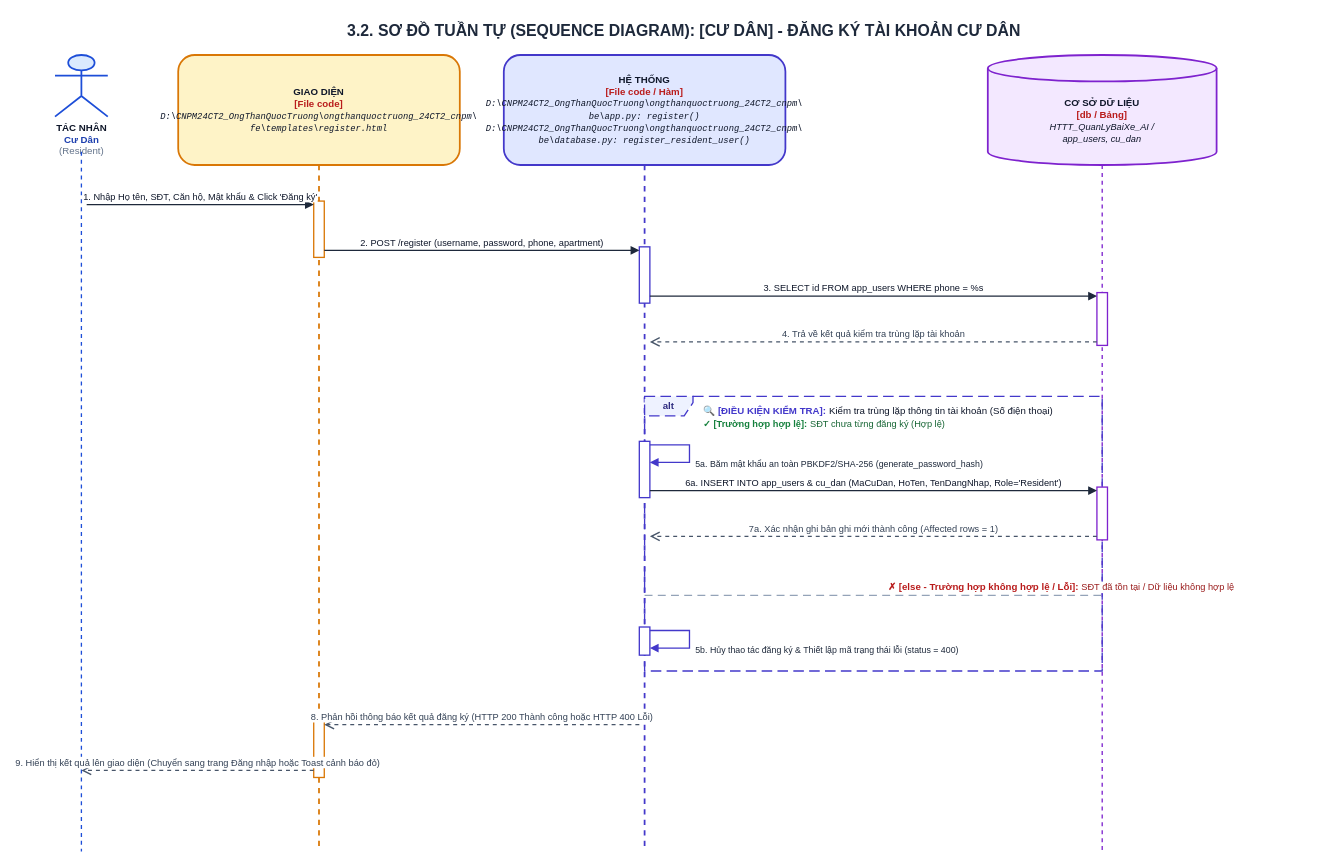
Before: ongthanquoctruong_24CT2_cnpm/docs/Tuần Tự/chức năng đăng ký người dùng.drawio in Truong027/CNPM24, a draw.io diagram. Source tidied: cells renumbered, new cells numbered last; positions are measured from the earlier drawing's top-left corner, leaving out a move shared by most shapes. Both pictures are drawn from the tidied source at 88%, with x=0, y=0 at pixel (46, 15).
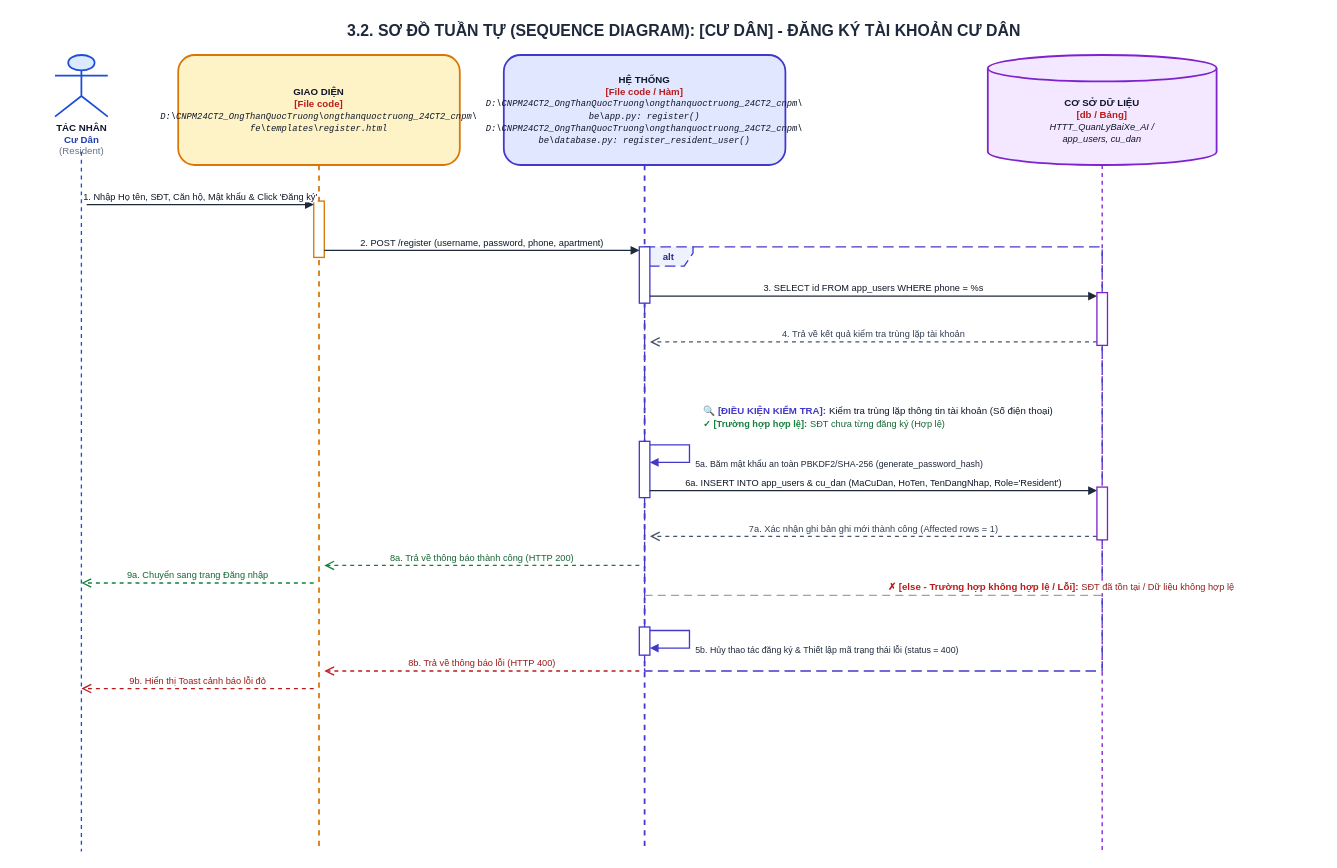
The same diagram, later.

Change to the diagram source:
```diff
@@
     <mxCell id="9" value="&lt;b&gt;alt&lt;/b&gt;" style="shape=umlFrame;whiteSpace=wrap;html=1;width=55;height=22;dashed=1;dashPattern=8 4;strokeColor=#4338CA;fillColor=#EEF2FF;strokeWidth=1.5;align=center;verticalAlign=middle;fontStyle=1;fontSize=11;fontColor=#312E81;" parent="1" vertex="1">
-      <mxGeometry x="680" y="433" width="520" height="312" as="geometry" />
+      <mxGeometry x="680" y="263" width="520" height="482" as="geometry" />
     </mxCell>
@@
-    <mxCell id="13" style="html=1;perimeter=orthogonalPerimeter;targetShapes=umlLifeline;topToBottom=1;fillColor=#FFFFFF;strokeColor=#D97706;strokeWidth=1.5;rounded=0;" parent="1" vertex="1">
-      <mxGeometry x="304" y="802" width="12" height="64" as="geometry" />
-    </mxCell>
@@
-    <mxCell id="27" value="8. Phản hồi thông báo kết quả đăng ký (HTTP 200 Thành công hoặc HTTP 400 Lỗi)" style="html=1;verticalAlign=bottom;endArrow=open;dashed=1;endSize=8;rounded=0;strokeColor=#475569;strokeWidth=1.5;fontColor=#334155;fontSize=10.5;" parent="1" edge="1">
-      <mxGeometry relative="1" as="geometry">
-        <mxPoint x="674" y="806" as="sourcePoint" />
-        <mxPoint x="316" y="806" as="targetPoint" />
-      </mxGeometry>
-    </mxCell>
-    <mxCell id="28" value="9. Hiển thị kết quả lên giao diện (Chuyển sang trang Đăng nhập hoặc Toast cảnh báo đỏ)" style="html=1;verticalAlign=bottom;endArrow=open;dashed=1;endSize=8;rounded=0;strokeColor=#475569;strokeWidth=1.5;fontColor=#334155;fontSize=10.5;" parent="1" edge="1">
-      <mxGeometry relative="1" as="geometry">
-        <mxPoint x="304" y="858" as="sourcePoint" />
-        <mxPoint x="40" y="858" as="targetPoint" />
-      </mxGeometry>
-    </mxCell>
+    <mxCell id="29" value="8a. Trả về thông báo thành công (HTTP 200)" style="html=1;verticalAlign=bottom;endArrow=open;dashed=1;endSize=8;rounded=0;strokeColor=#15803D;strokeWidth=1.5;fontColor=#166534;fontSize=10.5;" parent="1" edge="1">
+      <mxGeometry relative="1" as="geometry">
+        <mxPoint x="674" y="625" as="sourcePoint" />
+        <mxPoint x="316" y="625" as="targetPoint" />
+      </mxGeometry>
+    </mxCell>
+    <mxCell id="30" value="9a. Chuyển sang trang Đăng nhập" style="html=1;verticalAlign=bottom;endArrow=open;dashed=1;endSize=8;rounded=0;strokeColor=#15803D;strokeWidth=1.5;fontColor=#166534;fontSize=10.5;" parent="1" edge="1">
+      <mxGeometry relative="1" as="geometry">
+        <mxPoint x="304" y="645" as="sourcePoint" />
+        <mxPoint x="40" y="645" as="targetPoint" />
+      </mxGeometry>
+    </mxCell>
+    <mxCell id="31" value="8b. Trả về thông báo lỗi (HTTP 400)" style="html=1;verticalAlign=bottom;endArrow=open;dashed=1;endSize=8;rounded=0;strokeColor=#B91C1C;strokeWidth=1.5;fontColor=#991B1B;fontSize=10.5;" parent="1" edge="1">
+      <mxGeometry relative="1" as="geometry">
+        <mxPoint x="674" y="745" as="sourcePoint" />
+        <mxPoint x="316" y="745" as="targetPoint" />
+      </mxGeometry>
+    </mxCell>
+    <mxCell id="32" value="9b. Hiển thị Toast cảnh báo lỗi đỏ" style="html=1;verticalAlign=bottom;endArrow=open;dashed=1;endSize=8;rounded=0;strokeColor=#B91C1C;strokeWidth=1.5;fontColor=#991B1B;fontSize=10.5;" parent="1" edge="1">
+      <mxGeometry relative="1" as="geometry">
+        <mxPoint x="304" y="765" as="sourcePoint" />
+        <mxPoint x="40" y="765" as="targetPoint" />
+      </mxGeometry>
+    </mxCell>
```
